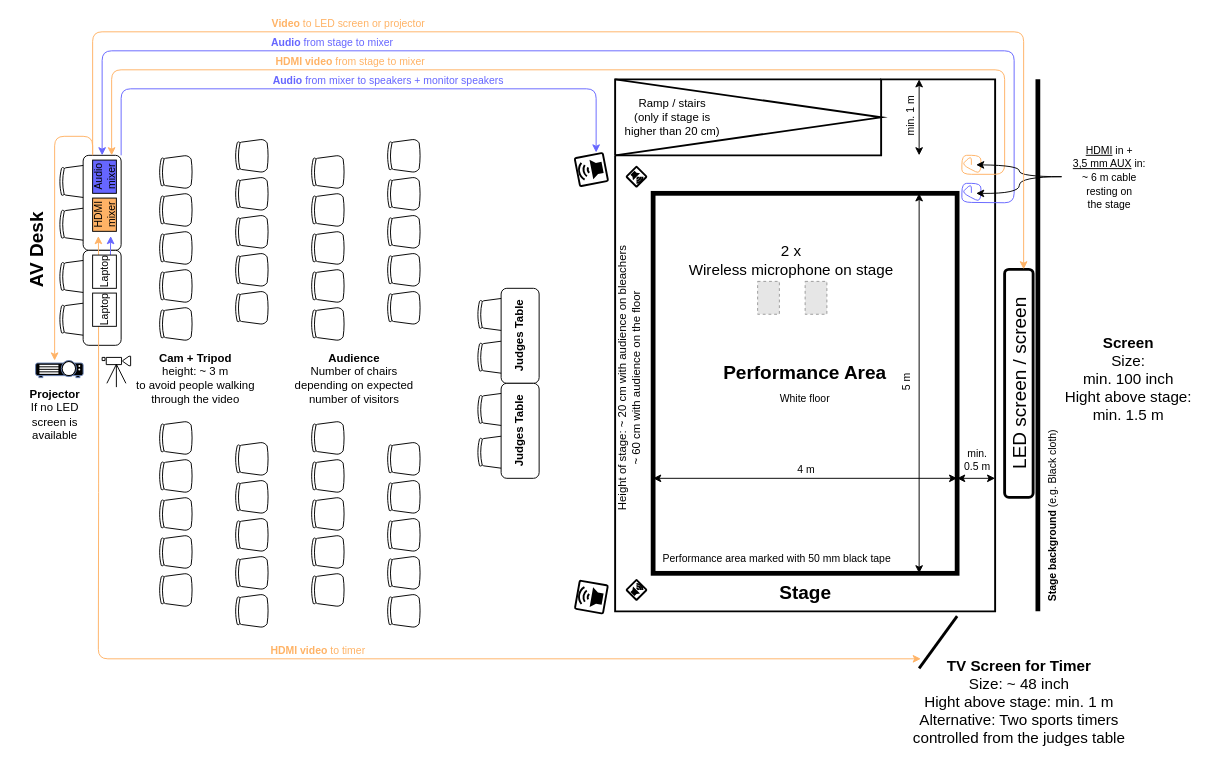
robocup-junior/onstage keeps this draw.io diagram as resources/organizers/stage_setup.drawio. Above is the earlier version. Source tidied: cells renumbered, new cells numbered last; positions are measured from the earlier drawing's top-left corner, leaving out a move shared by most shapes. Both pictures are drawn from the tidied source at 95%, with x=0, y=0 at pixel (16, 31). Pictures stored in the file or linked from it are replaced by grey dashed boxes.
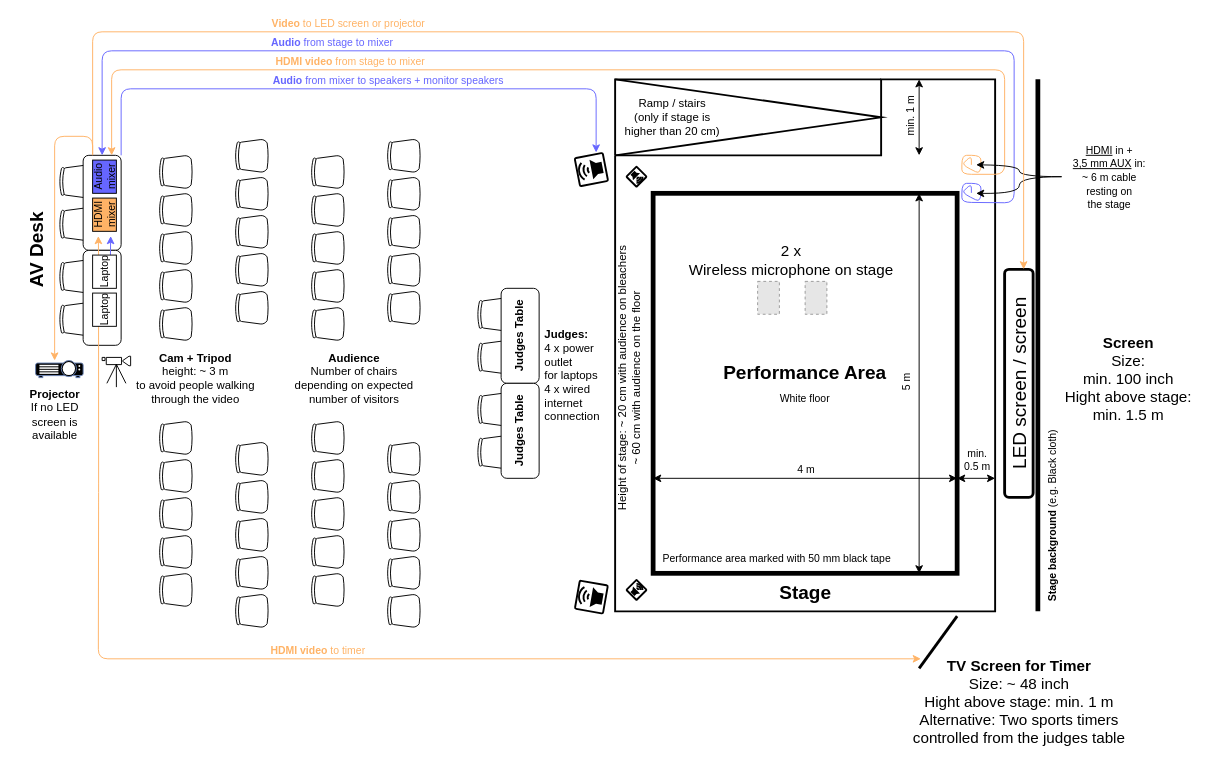
Above is the later version.

Commit message (it also covers changes not shown here):
Added power outlet and internet connection to judges table in diagram

The edit, as a diff of the source:
```diff
@@
+    <mxCell id="112" value="&lt;b&gt;Judges:&lt;/b&gt;&lt;br&gt;4 x power&lt;br&gt;outlet&lt;br&gt;for laptops&lt;br&gt;4 x wired&lt;br&gt;internet&lt;br&gt;connection" style="text;html=1;align=left;verticalAlign=middle;strokeColor=none;fillColor=none;" parent="1" vertex="1">
+      <mxGeometry x="554" y="305" width="76" height="113" as="geometry" />
+    </mxCell>
```
